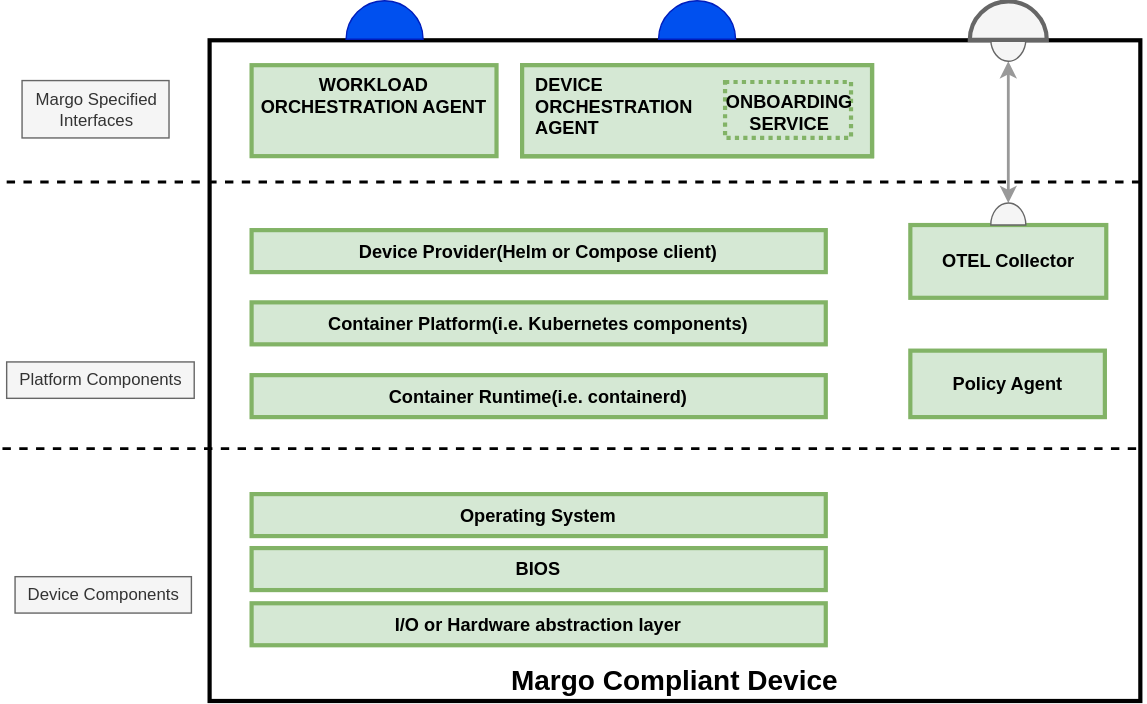
margo/general_website_content keeps this draw.io diagram as system-design/figures/device-layers.drawio.svg. Above is the earlier version. Source tidied: cells renumbered, new cells last; positions are measured from the earlier drawing's top-left corner, leaving out a move shared by most shapes.
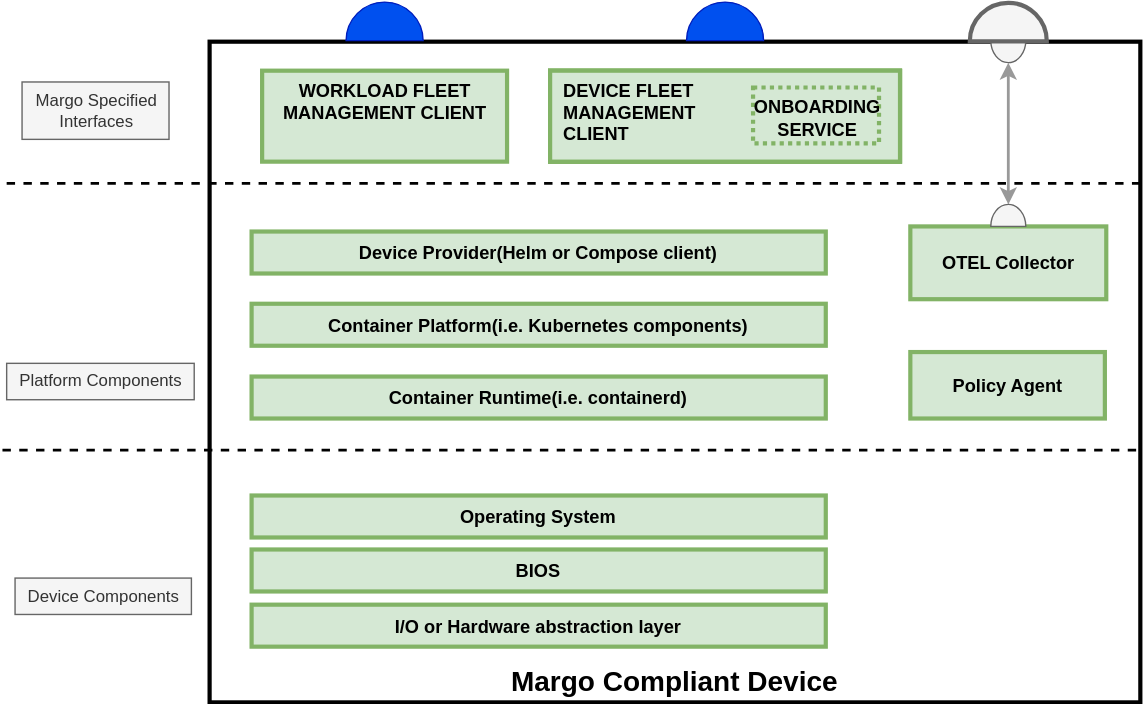
Later version of the same file.

The edit, as a diff of the source:
```diff
@@ -32,21 +32,6 @@
     <mxCell id="9" value="Device Components" style="text;html=1;align=center;verticalAlign=middle;strokeColor=#666666;fillColor=#f5f5f5;fontColor=#333333;fontStyle=0;" parent="1" vertex="1">
       <mxGeometry x="9" y="411.5" width="126" height="26" as="geometry" />
     </mxCell>
-    <mxCell id="10" value="WORKLOAD&#10;ORCHESTRATION AGENT" style="whiteSpace=wrap;align=center;verticalAlign=top;fontStyle=1;strokeWidth=3;fontSize=13;rounded=0;fontFamily=Helvetica;fillColor=#d5e8d4;strokeColor=#82b366;" parent="1" vertex="1">
-      <mxGeometry x="178" y="46.1" width="175" height="65" as="geometry" />
-    </mxCell>
-    <mxCell id="11" style="group;fillColor=#d5e8d4;strokeColor=#82b366;rounded=0;strokeWidth=3;align=left;verticalAlign=top;fontFamily=Helvetica;fontSize=13;fontColor=default;fontStyle=1;" parent="1" vertex="1">
-      <mxGeometry x="371.3" y="46.1" width="250" height="65" as="geometry" />
-    </mxCell>
-    <mxCell id="12" style="group;rounded=0;strokeColor=#82b366;strokeWidth=3;align=center;verticalAlign=top;fontFamily=Helvetica;fontSize=13;fontColor=default;fontStyle=1;fillColor=#d5e8d4;" parent="11" vertex="1">
-      <mxGeometry width="250" height="65" as="geometry" />
-    </mxCell>
-    <mxCell id="13" value="DEVICE&#10;ORCHESTRATION&#10;AGENT" style="whiteSpace=wrap;align=left;verticalAlign=top;fontStyle=1;strokeWidth=3;fillColor=#d5e8d4;strokeColor=#82b366;fontSize=13;rounded=0;spacingRight=5;spacingLeft=8;fontColor=default;fontFamily=Helvetica;" parent="12" vertex="1">
-      <mxGeometry width="250" height="65" as="geometry" />
-    </mxCell>
-    <mxCell id="14" value="ONBOARDING SERVICE" style="whiteSpace=wrap;align=center;verticalAlign=top;fontStyle=1;strokeWidth=3;fillColor=#d5e8d4;strokeColor=#82b366;fontSize=13;rounded=0;spacingRight=5;spacingLeft=8;fontColor=default;dashed=1;dashPattern=1 1;fontFamily=Helvetica;" parent="12" vertex="1">
-      <mxGeometry x="145" y="12" width="90" height="40" as="geometry" />
-    </mxCell>
     <mxCell id="15" style="verticalLabelPosition=bottom;verticalAlign=middle;html=1;shape=mxgraph.basic.half_circle;fillColor=#f5f5f5;strokeColor=#666666;rounded=0;fontColor=#333333;rotation=-180;fontFamily=Helvetica;fontStyle=1;strokeWidth=3;align=center;fontSize=12;" parent="1" vertex="1">
       <mxGeometry x="691.2" y="0.5" width="55" height="27.5" as="geometry" />
     </mxCell>
@@ -54,7 +39,7 @@
       <mxGeometry x="245.5" width="55" height="27.5" as="geometry" />
     </mxCell>
     <mxCell id="17" style="verticalLabelPosition=bottom;verticalAlign=top;html=1;shape=mxgraph.basic.half_circle;fillColor=#0050ef;strokeColor=#001DBC;rounded=0;fontColor=#ffffff;rotation=-180;fontFamily=Helvetica;align=center;fontSize=12;fontStyle=0;" parent="1" vertex="1">
-      <mxGeometry x="468.8" width="55" height="27.5" as="geometry" />
+      <mxGeometry x="488.8" width="55" height="27.5" as="geometry" />
     </mxCell>
     <mxCell id="18" value="Policy Agent" style="whiteSpace=wrap;align=center;verticalAlign=middle;fontStyle=1;strokeWidth=3;fontSize=13;rounded=0;fillColor=#d5e8d4;strokeColor=#82b366;fontFamily=Helvetica;" parent="1" vertex="1">
       <mxGeometry x="648.7" y="250" width="139" height="47.5" as="geometry" />
@@ -86,5 +71,20 @@
     <mxCell id="27" value="I/O or Hardware abstraction layer" style="whiteSpace=wrap;align=center;verticalAlign=middle;fontStyle=1;strokeWidth=3;fontSize=13;rounded=0;fillColor=#d5e8d4;strokeColor=#82b366;fontFamily=Helvetica;" parent="1" vertex="1">
       <mxGeometry x="178" y="430.5" width="410.2" height="30" as="geometry" />
     </mxCell>
+    <mxCell id="28" value="WORKLOAD FLEET MANAGEMENT CLIENT" style="whiteSpace=wrap;align=center;verticalAlign=top;fontStyle=1;strokeWidth=3;fontSize=13;rounded=0;fontFamily=Helvetica;fillColor=#d5e8d4;strokeColor=#82b366;" parent="1" vertex="1">
+      <mxGeometry x="185.5" y="49" width="175" height="65" as="geometry" />
+    </mxCell>
+    <mxCell id="29" style="group;fillColor=#d5e8d4;strokeColor=#82b366;rounded=0;strokeWidth=3;align=left;verticalAlign=top;fontFamily=Helvetica;fontSize=13;fontColor=default;fontStyle=1;" parent="1" vertex="1">
+      <mxGeometry x="391.3" y="49" width="250" height="65" as="geometry" />
+    </mxCell>
+    <mxCell id="12" style="group;rounded=0;strokeColor=#82b366;strokeWidth=3;align=center;verticalAlign=top;fontFamily=Helvetica;fontSize=13;fontColor=default;fontStyle=1;fillColor=#d5e8d4;" parent="29" vertex="1">
+      <mxGeometry width="250" height="65" as="geometry" />
+    </mxCell>
+    <mxCell id="30" value="DEVICE FLEET &#10;MANAGEMENT&#10;CLIENT" style="whiteSpace=wrap;align=left;verticalAlign=top;fontStyle=1;strokeWidth=3;fillColor=#d5e8d4;strokeColor=#82b366;fontSize=13;rounded=0;spacingRight=5;spacingLeft=8;fontColor=default;fontFamily=Helvetica;" parent="12" vertex="1">
+      <mxGeometry width="250" height="65" as="geometry" />
+    </mxCell>
+    <mxCell id="14" value="ONBOARDING SERVICE" style="whiteSpace=wrap;align=center;verticalAlign=top;fontStyle=1;strokeWidth=3;fillColor=#d5e8d4;strokeColor=#82b366;fontSize=13;rounded=0;spacingRight=5;spacingLeft=8;fontColor=default;dashed=1;dashPattern=1 1;fontFamily=Helvetica;" parent="12" vertex="1">
+      <mxGeometry x="145" y="12" width="90" height="40" as="geometry" />
+    </mxCell>
   </root>
 </mxGraphModel>
```
